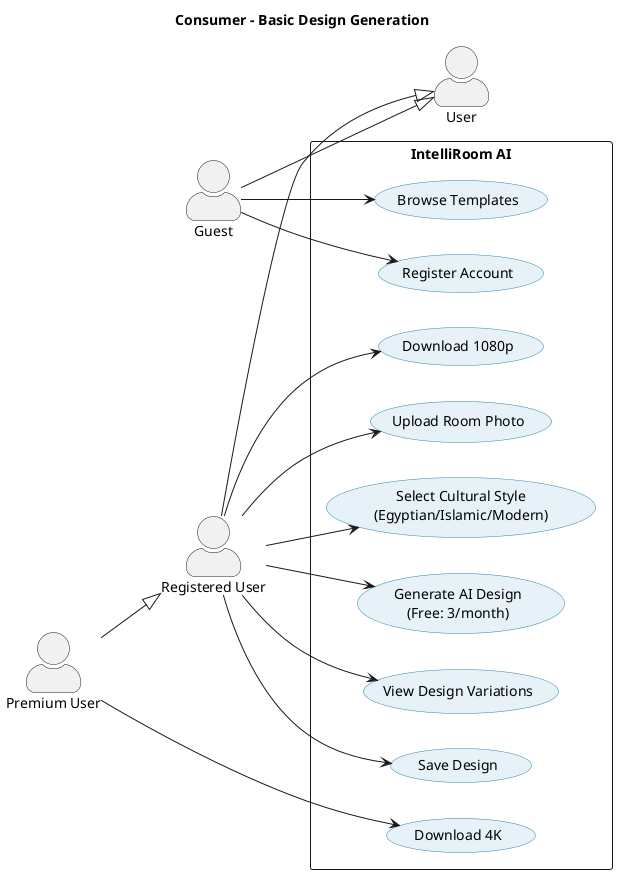
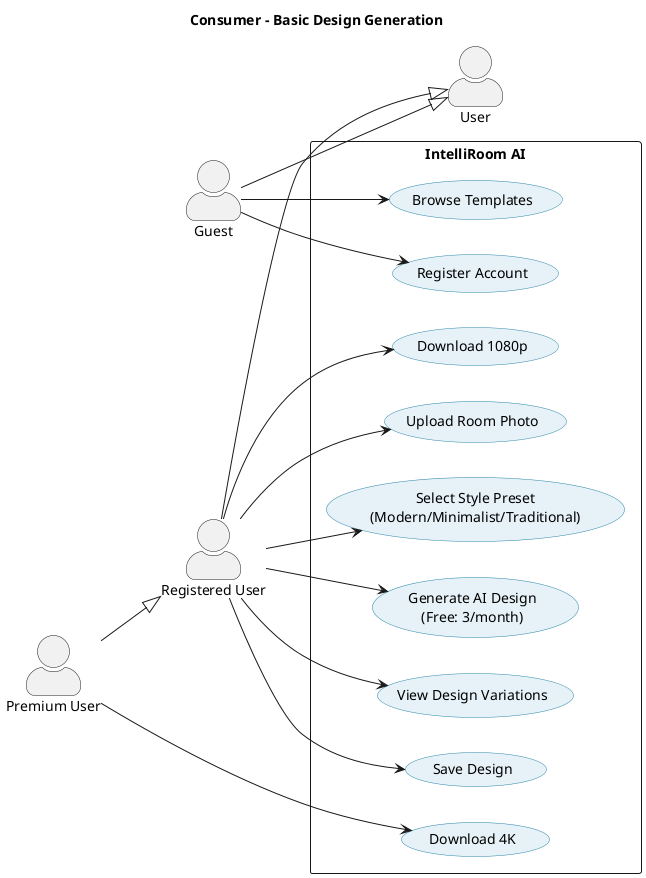
@startuml
title Consumer - Basic Design Generation

left to right direction
skinparam actorStyle awesome
skinparam usecase {
  BackgroundColor #E6F2F7
  BorderColor #2E86AB
}

actor "User" as User
actor "Guest" as Guest
actor "Registered User" as RegUser
actor "Premium User" as Premium

Guest --|> User
RegUser --|> User
Premium --|> RegUser

rectangle "IntelliRoom AI" {
  usecase "Browse Templates" as UC1
  usecase "Register Account" as UC2
  usecase "Upload Room Photo" as UC3
-   usecase "Select Cultural Style\n(Egyptian/Islamic/Modern)" as UC4
+   usecase "Select Style Preset\n(Modern/Minimalist/Traditional)" as UC4
  usecase "Generate AI Design\n(Free: 3/month)" as UC5
  usecase "View Design Variations" as UC6
  usecase "Save Design" as UC7
  usecase "Download 1080p" as UC8
  usecase "Download 4K" as UC9
}

Guest --> UC1
Guest --> UC2

RegUser --> UC3
RegUser --> UC4
RegUser --> UC5
RegUser --> UC6
RegUser --> UC7
RegUser --> UC8

Premium --> UC9

@enduml
